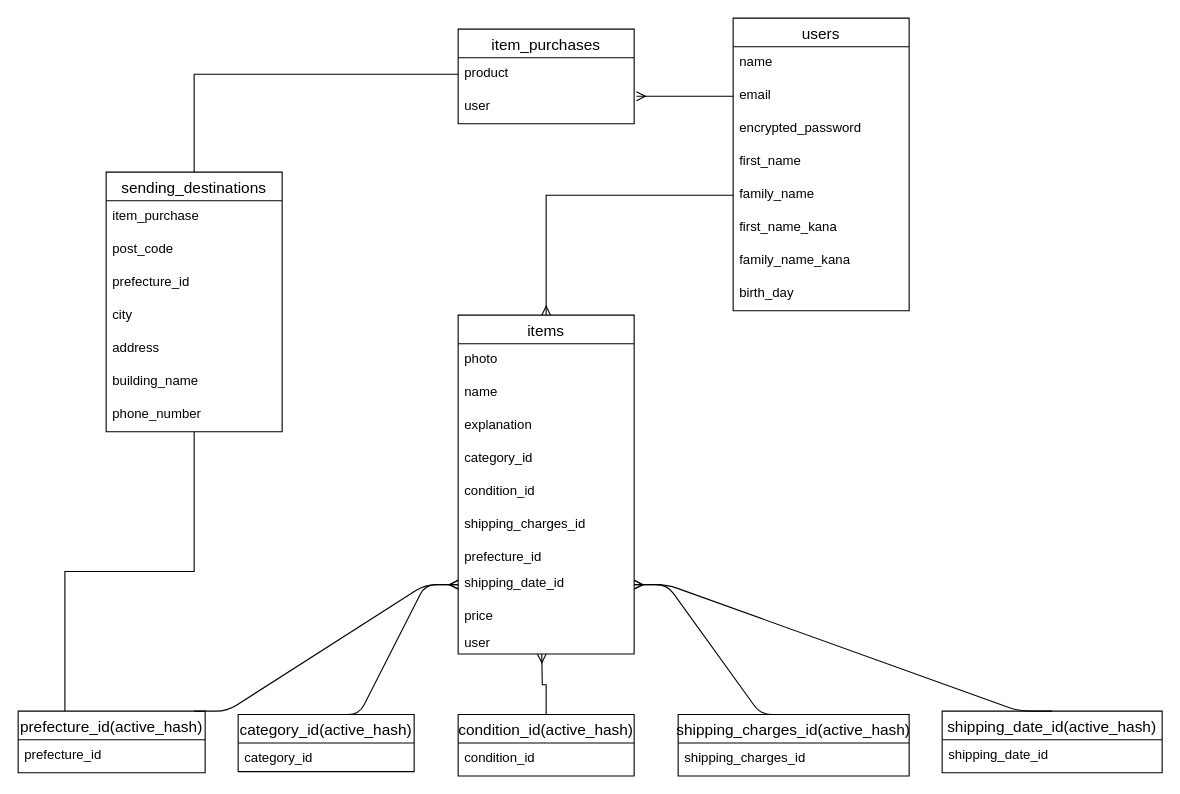
Before: ER.dio in nitou0414/furima-29572, a draw.io diagram. Source tidied: cells renumbered, new cells numbered last; positions are measured from the earlier drawing's top-left corner, leaving out a move shared by most shapes. Both pictures are drawn from the tidied source at 110%, with x=0, y=0 at pixel (18, 18).
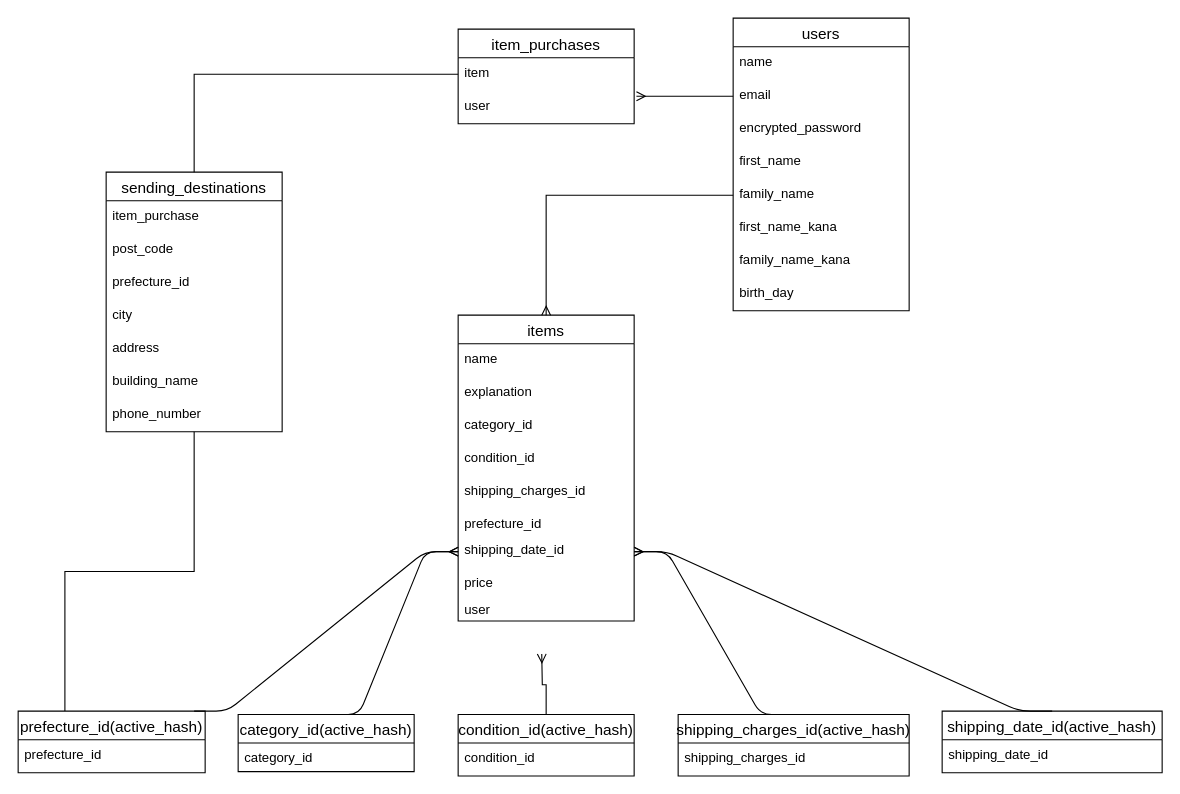
After the change.

The change refers to these unchanged cells:
```xml
<mxCell id="31" value="item_purchases" style="swimlane;fontStyle=0;horizontal=1;startSize=26;align=center;fontSize=14;" parent="1" vertex="1">
  <mxGeometry x="400" y="10" width="160" height="86" as="geometry" />
</mxCell>
```

Diff of the diagram source:
```diff
@@
     <mxCell id="11" value="items" style="swimlane;fontStyle=0;horizontal=1;startSize=26;align=center;fontSize=14;" parent="1" vertex="1">
-      <mxGeometry x="400" y="270" width="160" height="308" as="geometry" />
+      <mxGeometry x="400" y="270" width="160" height="278" as="geometry" />
     </mxCell>
-    <mxCell id="12" value="photo" style="text;strokeColor=none;fillColor=none;spacingLeft=4;spacingRight=4;overflow=hidden;fontSize=12;" parent="11" vertex="1">
-      <mxGeometry y="26" width="160" height="30" as="geometry" />
-    </mxCell>
     <mxCell id="13" value="name" style="text;strokeColor=none;fillColor=none;spacingLeft=4;spacingRight=4;overflow=hidden;fontSize=12;" parent="11" vertex="1">
-      <mxGeometry y="56" width="160" height="30" as="geometry" />
+      <mxGeometry y="26" width="160" height="30" as="geometry" />
     </mxCell>
     <mxCell id="14" value="explanation" style="text;strokeColor=none;fillColor=none;spacingLeft=4;spacingRight=4;overflow=hidden;fontSize=12;" parent="11" vertex="1">
-      <mxGeometry y="86" width="160" height="30" as="geometry" />
+      <mxGeometry y="56" width="160" height="30" as="geometry" />
     </mxCell>
     <mxCell id="15" value="category_id" style="text;strokeColor=none;fillColor=none;spacingLeft=4;spacingRight=4;overflow=hidden;fontSize=12;" parent="11" vertex="1">
-      <mxGeometry y="116" width="160" height="30" as="geometry" />
+      <mxGeometry y="86" width="160" height="30" as="geometry" />
     </mxCell>
     <mxCell id="16" value="condition_id" style="text;strokeColor=none;fillColor=none;spacingLeft=4;spacingRight=4;overflow=hidden;fontSize=12;" parent="11" vertex="1">
-      <mxGeometry y="146" width="160" height="30" as="geometry" />
+      <mxGeometry y="116" width="160" height="30" as="geometry" />
     </mxCell>
     <mxCell id="17" value="shipping_charges_id" style="text;strokeColor=none;fillColor=none;spacingLeft=4;spacingRight=4;overflow=hidden;fontSize=12;" parent="11" vertex="1">
-      <mxGeometry y="176" width="160" height="30" as="geometry" />
+      <mxGeometry y="146" width="160" height="30" as="geometry" />
     </mxCell>
     <mxCell id="18" value="prefecture_id" style="text;strokeColor=none;fillColor=none;spacingLeft=4;spacingRight=4;overflow=hidden;fontSize=12;" parent="11" vertex="1">
-      <mxGeometry y="206" width="160" height="24" as="geometry" />
+      <mxGeometry y="176" width="160" height="24" as="geometry" />
     </mxCell>
     <mxCell id="19" value="shipping_date_id" style="text;strokeColor=none;fillColor=none;spacingLeft=4;spacingRight=4;overflow=hidden;points=[[0,0.5],[1,0.5]];portConstraint=eastwest;fontSize=12;" parent="11" vertex="1">
-      <mxGeometry y="230" width="160" height="30" as="geometry" />
+      <mxGeometry y="200" width="160" height="30" as="geometry" />
     </mxCell>
     <mxCell id="20" value="price" style="text;strokeColor=none;fillColor=none;spacingLeft=4;spacingRight=4;overflow=hidden;fontSize=12;" parent="11" vertex="1">
-      <mxGeometry y="260" width="160" height="24" as="geometry" />
+      <mxGeometry y="230" width="160" height="24" as="geometry" />
     </mxCell>
     <mxCell id="21" value="user" style="text;strokeColor=none;fillColor=none;spacingLeft=4;spacingRight=4;overflow=hidden;fontSize=12;" parent="11" vertex="1">
-      <mxGeometry y="284" width="160" height="24" as="geometry" />
+      <mxGeometry y="254" width="160" height="24" as="geometry" />
     </mxCell>
@@
-    <mxCell id="32" value="product" style="text;strokeColor=none;fillColor=none;spacingLeft=4;spacingRight=4;overflow=hidden;points=[[0,0.5],[1,0.5]];portConstraint=eastwest;fontSize=12;" parent="31" vertex="1">
+    <mxCell id="32" value="item" style="text;strokeColor=none;fillColor=none;spacingLeft=4;spacingRight=4;overflow=hidden;points=[[0,0.5],[1,0.5]];portConstraint=eastwest;fontSize=12;" parent="31" vertex="1">
       <mxGeometry y="26" width="160" height="30" as="geometry" />
     </mxCell>
```
